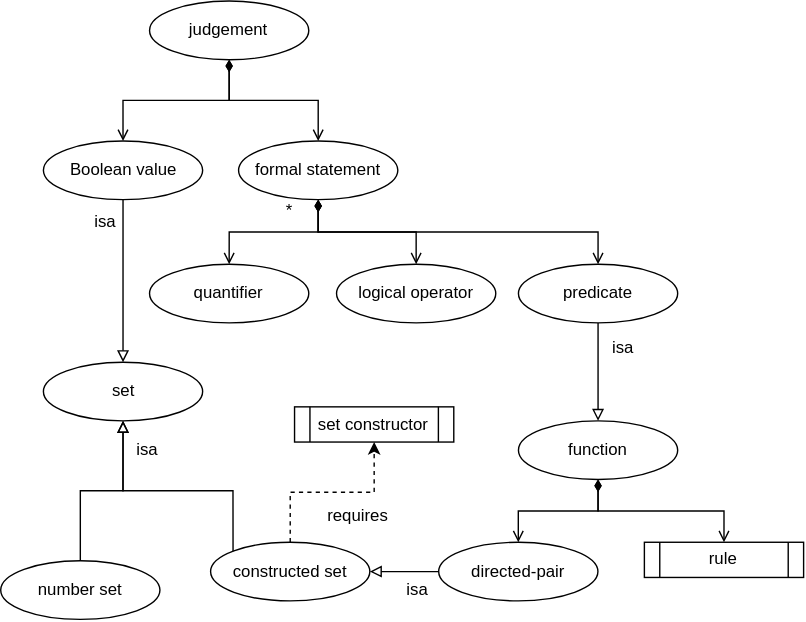
Before: app1/segPics/ontologyModel.drawio.svg, a diagram exported from draw.io (jpryan17/hobbyNotes). Source tidied: cells renumbered, new cells last; positions are measured from the earlier drawing's top-left corner, leaving out a move shared by most shapes.
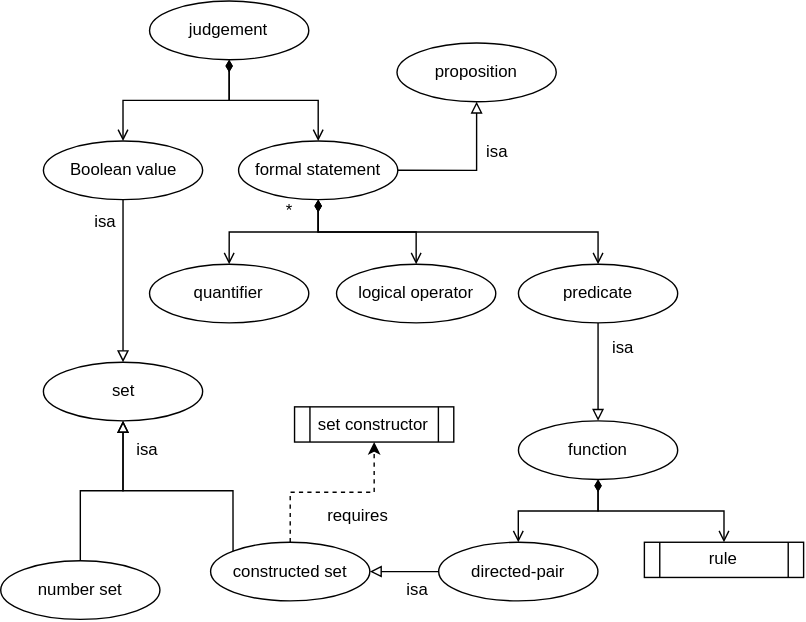
After the commit.

Diff of the diagram source:
```diff
@@ -5,6 +5,9 @@
     <mxCell id="2" style="edgeStyle=orthogonalEdgeStyle;rounded=0;jettySize=auto;html=1;exitX=0.5;exitY=0;exitDx=0;exitDy=0;entryX=0.5;entryY=1;entryDx=0;entryDy=0;startArrow=open;startFill=0;endArrow=diamondThin;endFill=1;" parent="1" edge="1" source="3" target="25">
       <mxGeometry relative="1" as="geometry" />
     </mxCell>
+    <mxCell id="35" style="edgeStyle=orthogonalEdgeStyle;rounded=0;jettySize=auto;html=1;exitX=1;exitY=0.5;exitDx=0;exitDy=0;entryX=0.5;entryY=1;entryDx=0;entryDy=0;endArrow=block;endFill=0;" parent="1" edge="1" source="3" target="36">
+      <mxGeometry relative="1" as="geometry" />
+    </mxCell>
     <mxCell id="3" value="formal statement" style="ellipse;whiteSpace=wrap;html=1;fillColor=none;" parent="1" vertex="1">
       <mxGeometry x="170" y="100" width="113.8" height="41.9" as="geometry" />
     </mxCell>
@@ -106,5 +109,11 @@
     <mxCell id="34" value="isa" style="text;html=1;whiteSpace=wrap;strokeColor=none;fillColor=none;align=center;verticalAlign=middle;rounded=0;" parent="1" vertex="1">
       <mxGeometry x="430.2" y="240" width="29.8" height="16.8" as="geometry" />
     </mxCell>
+    <mxCell id="36" value="proposition" style="ellipse;whiteSpace=wrap;html=1;fillColor=none;" parent="1" vertex="1">
+      <mxGeometry x="283.2" y="30" width="113.8" height="41.9" as="geometry" />
+    </mxCell>
+    <mxCell id="37" value="isa" style="text;html=1;whiteSpace=wrap;strokeColor=none;fillColor=none;align=center;verticalAlign=middle;rounded=0;" parent="1" vertex="1">
+      <mxGeometry x="340.2" y="100" width="29.8" height="16.8" as="geometry" />
+    </mxCell>
   </root>
 </mxGraphModel>
```
